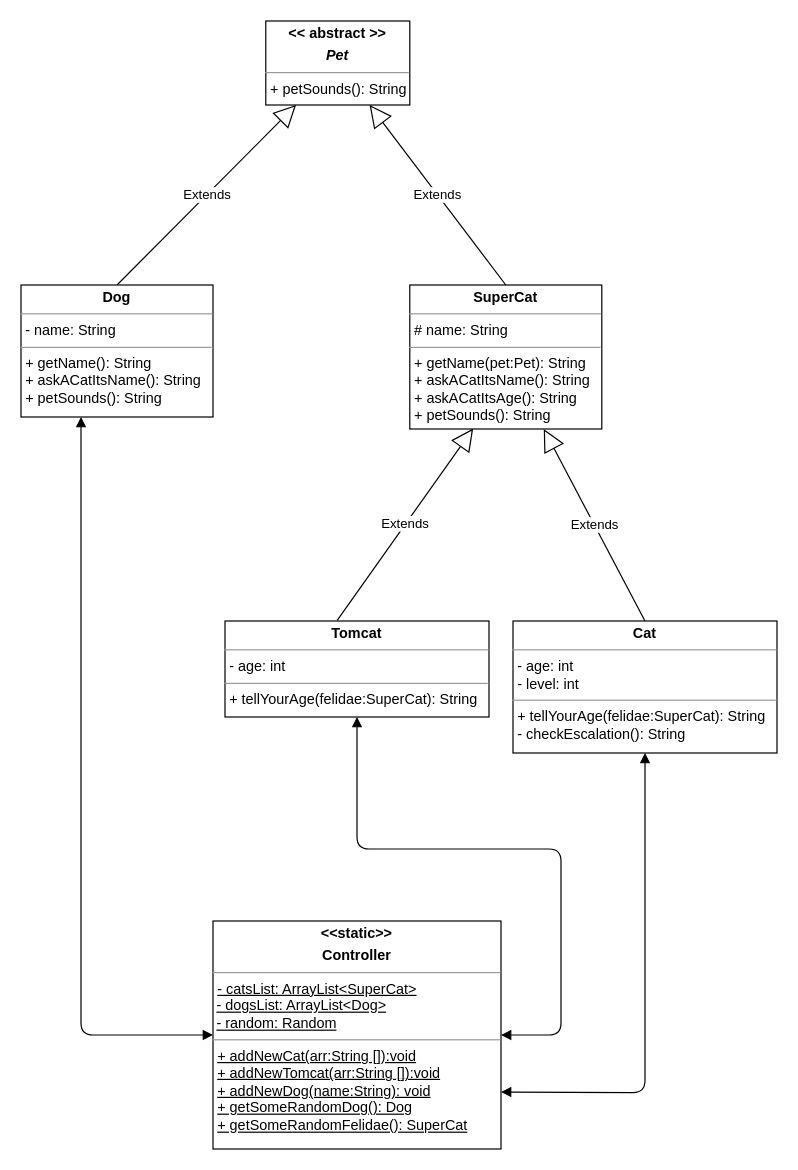
This is AskACat.drawio from CC-Crazy-Students-Community-OOP/11b_AskACat_02, a draw.io file, before an edit. Source tidied: cells renumbered, new cells numbered last; positions are measured from the earlier drawing's top-left corner, leaving out a move shared by most shapes. Both pictures are drawn from the tidied source at 120%, with x=0, y=0 at pixel (20, 20).
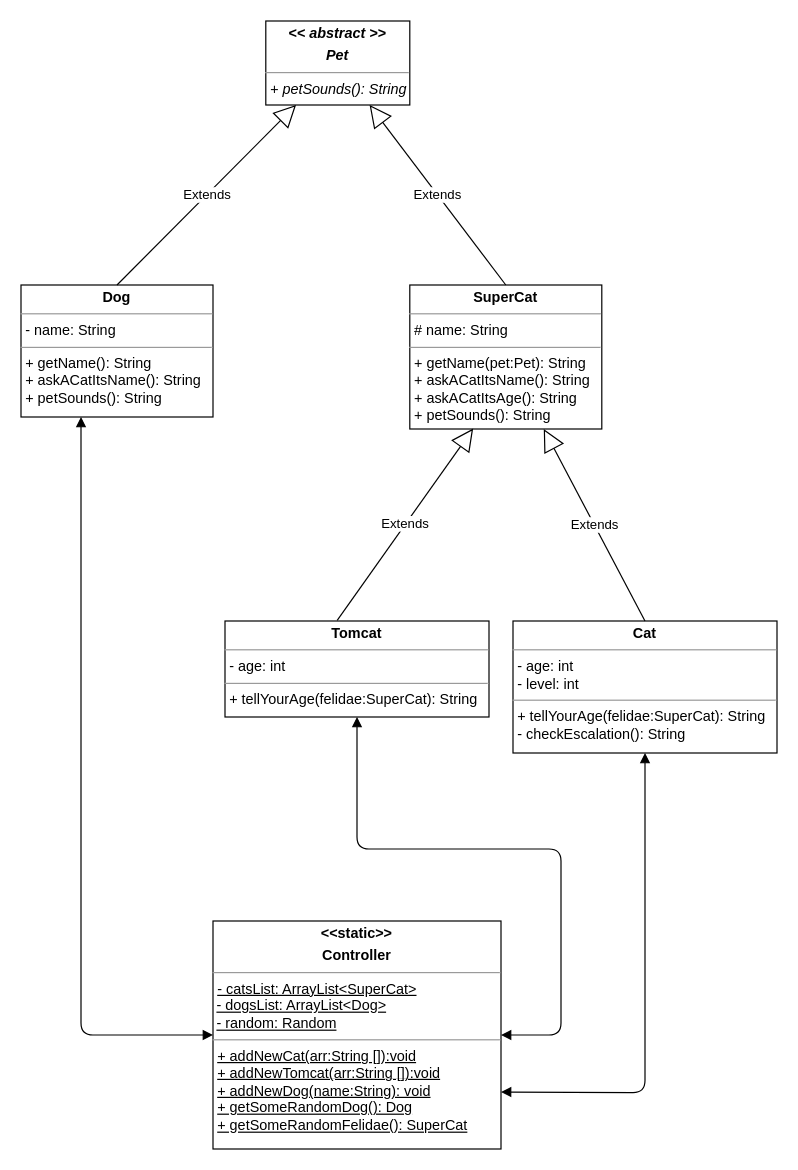
After the change.

What changed in the source:
```diff
@@
-    <mxCell id="5" value="&lt;p style=&quot;margin: 0px ; margin-top: 4px ; text-align: center&quot;&gt;&lt;b&gt;&amp;lt;&amp;lt; abstract &amp;gt;&amp;gt;&lt;/b&gt;&lt;/p&gt;&lt;p style=&quot;margin: 0px ; margin-top: 4px ; text-align: center&quot;&gt;&lt;b&gt;&lt;i&gt;Pet&lt;/i&gt;&lt;/b&gt;&lt;/p&gt;&lt;hr size=&quot;1&quot;&gt;&lt;p style=&quot;margin: 0px ; margin-left: 4px&quot;&gt;&lt;span&gt;+ petSounds(): String&lt;/span&gt;&lt;br&gt;&lt;/p&gt;" style="verticalAlign=top;align=left;overflow=fill;fontSize=12;fontFamily=Helvetica;html=1;" parent="1" vertex="1">
+    <mxCell id="5" value="&lt;p style=&quot;margin: 0px ; margin-top: 4px ; text-align: center&quot;&gt;&lt;b&gt;&amp;lt;&amp;lt; abstract &amp;gt;&amp;gt;&lt;/b&gt;&lt;/p&gt;&lt;p style=&quot;margin: 0px ; margin-top: 4px ; text-align: center&quot;&gt;&lt;b&gt;&lt;span&gt;Pet&lt;/span&gt;&lt;/b&gt;&lt;/p&gt;&lt;hr size=&quot;1&quot;&gt;&lt;p style=&quot;margin: 0px ; margin-left: 4px&quot;&gt;&lt;span&gt;+ petSounds(): String&lt;/span&gt;&lt;br&gt;&lt;/p&gt;" style="verticalAlign=top;align=left;overflow=fill;fontSize=12;fontFamily=Helvetica;html=1;fontStyle=2;" parent="1" vertex="1">
       <mxGeometry x="204" width="120" height="70" as="geometry" />
     </mxCell>
```
